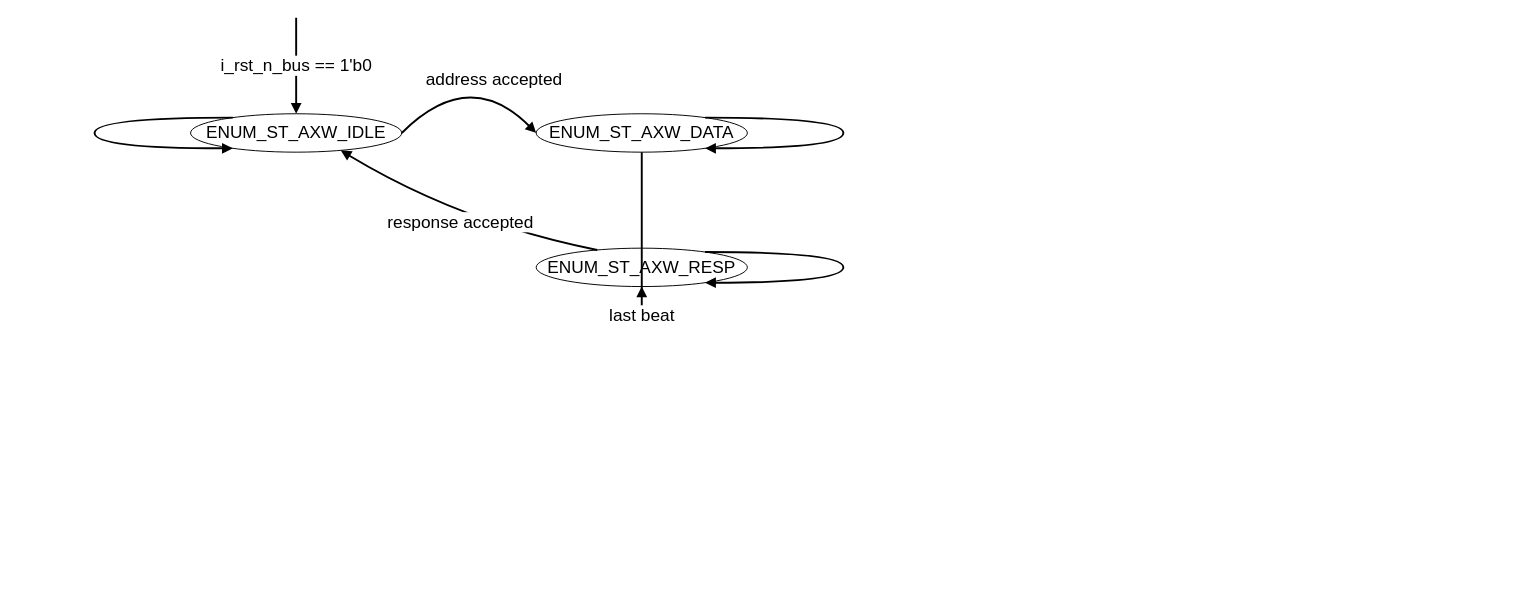
The draw.io diagram page "FSM_AXW" (1 of 2) of doc/ht_aes_gcm_acc/figures/aesgcm_fsm_axw.drawio in nguyenquanicd/AES-128-256, before the edit. Source tidied: cells renumbered, new cells numbered last; positions are measured from the earlier drawing's top-left corner, leaving out a move shared by most shapes. Both pictures are drawn from the tidied source at 96%, with x=0, y=0 at pixel (94, 17).
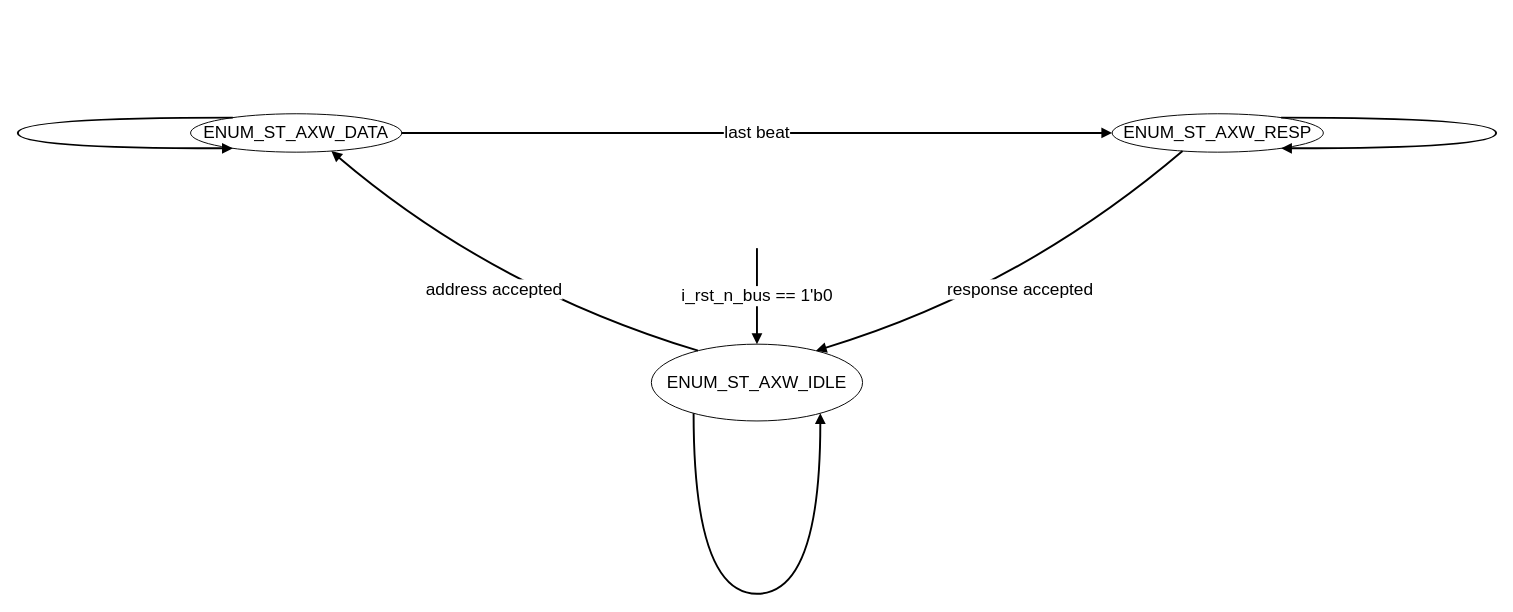
The same diagram, later.

Diff of the diagram source:
```diff
@@
     <mxCell id="2" value="ENUM_ST_AXW_IDLE" style="ellipse;whiteSpace=wrap;html=1;fontSize=18;fontColor=#000000;strokeColor=#000000;fillColor=#FFFFFF;" parent="1" vertex="1">
-      <mxGeometry x="100" y="100" width="220" height="40" as="geometry" />
+      <mxGeometry x="580" y="340" width="220" height="80" as="geometry" />
     </mxCell>
     <mxCell id="3" value="ENUM_ST_AXW_DATA" style="ellipse;whiteSpace=wrap;html=1;fontSize=18;fontColor=#000000;strokeColor=#000000;fillColor=#FFFFFF;" parent="1" vertex="1">
-      <mxGeometry x="460" y="100" width="220" height="40" as="geometry" />
+      <mxGeometry x="100" y="100" width="220" height="40" as="geometry" />
     </mxCell>
     <mxCell id="4" value="ENUM_ST_AXW_RESP" style="ellipse;whiteSpace=wrap;html=1;fontSize=18;fontColor=#000000;strokeColor=#000000;fillColor=#FFFFFF;" parent="1" vertex="1">
-      <mxGeometry x="460" y="240" width="220" height="40" as="geometry" />
+      <mxGeometry x="1060" y="100" width="220" height="40" as="geometry" />
     </mxCell>
     <mxCell id="5" value="i_rst_n_bus == 1'b0" style="endArrow=block;html=1;rounded=0;fontSize=18;strokeWidth=2;endFill=1;fontColor=#000000;strokeColor=#000000;fillColor=#FFFFFF;labelBackgroundColor=#FFFFFF;curved=1;entryX=0.5;entryY=0;entryPerimeter=1;" parent="1" edge="1" target="2">
       <mxGeometry relative="1" as="geometry">
-        <mxPoint x="210" as="sourcePoint" />
+        <mxPoint x="690" y="240" as="sourcePoint" />
         <Array as="points">
-          <mxPoint x="210" y="50" />
+          <mxPoint x="690" y="290" />
         </Array>
       </mxGeometry>
     </mxCell>
-    <mxCell id="6" value="response accepted" style="endArrow=block;html=1;rounded=0;fontSize=18;strokeWidth=2;endFill=1;fontColor=#000000;strokeColor=#000000;fillColor=#FFFFFF;labelBackgroundColor=#FFFFFF;curved=1;entryX=0.711765;entryY=0.952941;entryPerimeter=1;exitX=0.288235;exitY=0.0470588;exitPerimeter=1;" parent="1" edge="1" source="4" target="2">
+    <mxCell id="6" value="last beat" style="endArrow=block;html=1;rounded=0;fontSize=18;strokeWidth=2;endFill=1;fontColor=#000000;strokeColor=#000000;fillColor=#FFFFFF;labelBackgroundColor=#FFFFFF;curved=1;entryX=0;entryY=0.5;entryPerimeter=1;exitX=1;exitY=0.5;exitPerimeter=1;" parent="1" edge="1" source="3" target="4">
       <mxGeometry relative="1" as="geometry">
         <Array as="points">
-          <mxPoint x="380.9" y="213.3" />
+          <mxPoint x="690" y="120" />
         </Array>
       </mxGeometry>
     </mxCell>
-    <mxCell id="7" value="address accepted" style="endArrow=block;html=1;rounded=0;fontSize=18;strokeWidth=2;endFill=1;fontColor=#000000;strokeColor=#000000;fillColor=#FFFFFF;labelBackgroundColor=#FFFFFF;curved=1;entryX=0;entryY=0.5;entryPerimeter=1;exitX=1;exitY=0.5;exitPerimeter=1;" parent="1" edge="1" source="2" target="3">
+    <mxCell id="7" value="response accepted" style="endArrow=block;html=1;rounded=0;fontSize=18;strokeWidth=2;endFill=1;fontColor=#000000;strokeColor=#000000;fillColor=#FFFFFF;labelBackgroundColor=#FFFFFF;curved=1;entryX=0.778689;entryY=0.0848702;entryPerimeter=1;exitX=0.340892;exitY=0.974009;exitPerimeter=1;" parent="1" edge="1" source="4" target="2">
       <mxGeometry relative="1" as="geometry">
         <Array as="points">
-          <mxPoint x="390" y="50" />
+          <mxPoint x="964.6" y="282.4" />
         </Array>
-        <mxPoint x="25.5" y="15.2" as="offset" />
       </mxGeometry>
     </mxCell>
-    <mxCell id="8" value="last beat" style="endArrow=block;html=1;rounded=0;fontSize=18;strokeWidth=2;endFill=1;fontColor=#000000;strokeColor=#000000;fillColor=#FFFFFF;labelBackgroundColor=#FFFFFF;curved=1;entryX=0.5;entryY=1;entryPerimeter=1;exitX=0.5;exitY=1;exitPerimeter=1;" parent="1" edge="1" source="3" target="4">
+    <mxCell id="8" value="address accepted" style="endArrow=block;html=1;rounded=0;fontSize=18;strokeWidth=2;endFill=1;fontColor=#000000;strokeColor=#000000;fillColor=#FFFFFF;labelBackgroundColor=#FFFFFF;curved=1;entryX=0.659108;entryY=0.974009;entryPerimeter=1;exitX=0.221311;exitY=0.0848702;exitPerimeter=1;" parent="1" edge="1" source="2" target="3">
       <mxGeometry relative="1" as="geometry">
         <Array as="points">
-          <mxPoint x="570" y="380" />
+          <mxPoint x="415.4" y="282.4" />
         </Array>
       </mxGeometry>
     </mxCell>
-    <mxCell id="9" style="endArrow=block;html=1;rounded=0;fontSize=18;strokeWidth=2;endFill=1;fontColor=#000000;strokeColor=#000000;fillColor=#FFFFFF;labelBackgroundColor=#FFFFFF;curved=1;entryX=0.2;entryY=0.9;entryPerimeter=1;exitX=0.2;exitY=0.1;exitPerimeter=1;" parent="1" edge="1" source="2" target="2">
+    <mxCell id="9" style="endArrow=block;html=1;rounded=0;fontSize=18;strokeWidth=2;endFill=1;fontColor=#000000;strokeColor=#000000;fillColor=#FFFFFF;labelBackgroundColor=#FFFFFF;curved=1;entryX=0.8;entryY=0.9;entryPerimeter=1;exitX=0.2;exitY=0.9;exitPerimeter=1;" parent="1" edge="1" source="2" target="2">
       <mxGeometry relative="1" as="geometry">
         <Array as="points">
-          <mxPoint y="104" />
-          <mxPoint y="136" />
+          <mxPoint x="624" y="600" />
+          <mxPoint x="756" y="600" />
         </Array>
       </mxGeometry>
     </mxCell>
-    <mxCell id="10" style="endArrow=block;html=1;rounded=0;fontSize=18;strokeWidth=2;endFill=1;fontColor=#000000;strokeColor=#000000;fillColor=#FFFFFF;labelBackgroundColor=#FFFFFF;curved=1;entryX=0.8;entryY=0.9;entryPerimeter=1;exitX=0.8;exitY=0.1;exitPerimeter=1;" parent="1" edge="1" source="3" target="3">
+    <mxCell id="10" style="endArrow=block;html=1;rounded=0;fontSize=18;strokeWidth=2;endFill=1;fontColor=#000000;strokeColor=#000000;fillColor=#FFFFFF;labelBackgroundColor=#FFFFFF;curved=1;entryX=0.2;entryY=0.9;entryPerimeter=1;exitX=0.2;exitY=0.1;exitPerimeter=1;" parent="1" edge="1" source="3" target="3">
       <mxGeometry relative="1" as="geometry">
         <Array as="points">
-          <mxPoint x="780" y="104" />
-          <mxPoint x="780" y="136" />
+          <mxPoint x="-80" y="104" />
+          <mxPoint x="-80" y="136" />
         </Array>
       </mxGeometry>
     </mxCell>
     <mxCell id="11" style="endArrow=block;html=1;rounded=0;fontSize=18;strokeWidth=2;endFill=1;fontColor=#000000;strokeColor=#000000;fillColor=#FFFFFF;labelBackgroundColor=#FFFFFF;curved=1;entryX=0.8;entryY=0.9;entryPerimeter=1;exitX=0.8;exitY=0.1;exitPerimeter=1;" parent="1" edge="1" source="4" target="4">
       <mxGeometry relative="1" as="geometry">
         <Array as="points">
-          <mxPoint x="780" y="244" />
-          <mxPoint x="780" y="276" />
+          <mxPoint x="1460" y="104" />
+          <mxPoint x="1460" y="136" />
         </Array>
       </mxGeometry>
     </mxCell>
```
